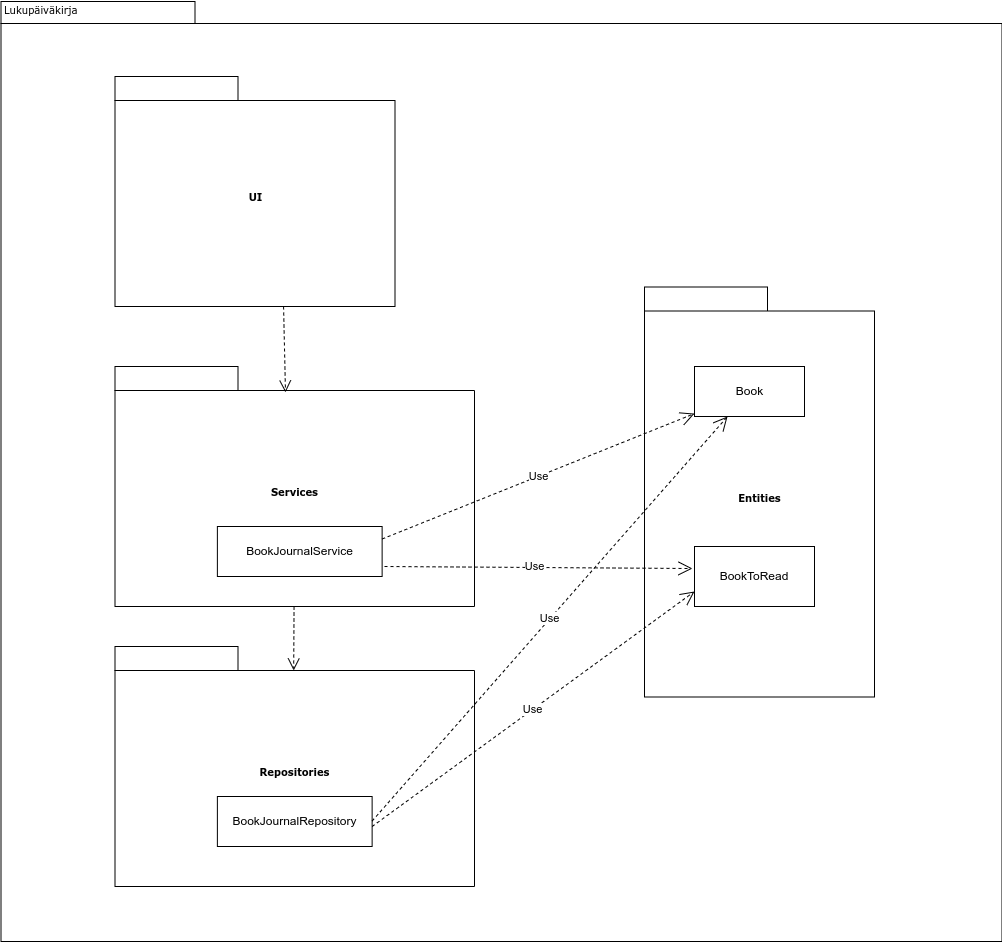
This is dokumentaatio/kuvat/arkkitehtuurikaavio.png from tovento/ot-harjoitustyo, a draw.io export, as it was before one commit. Source tidied: cells renumbered, new cells last; positions are measured from the earlier drawing's top-left corner, leaving out a move shared by most shapes.
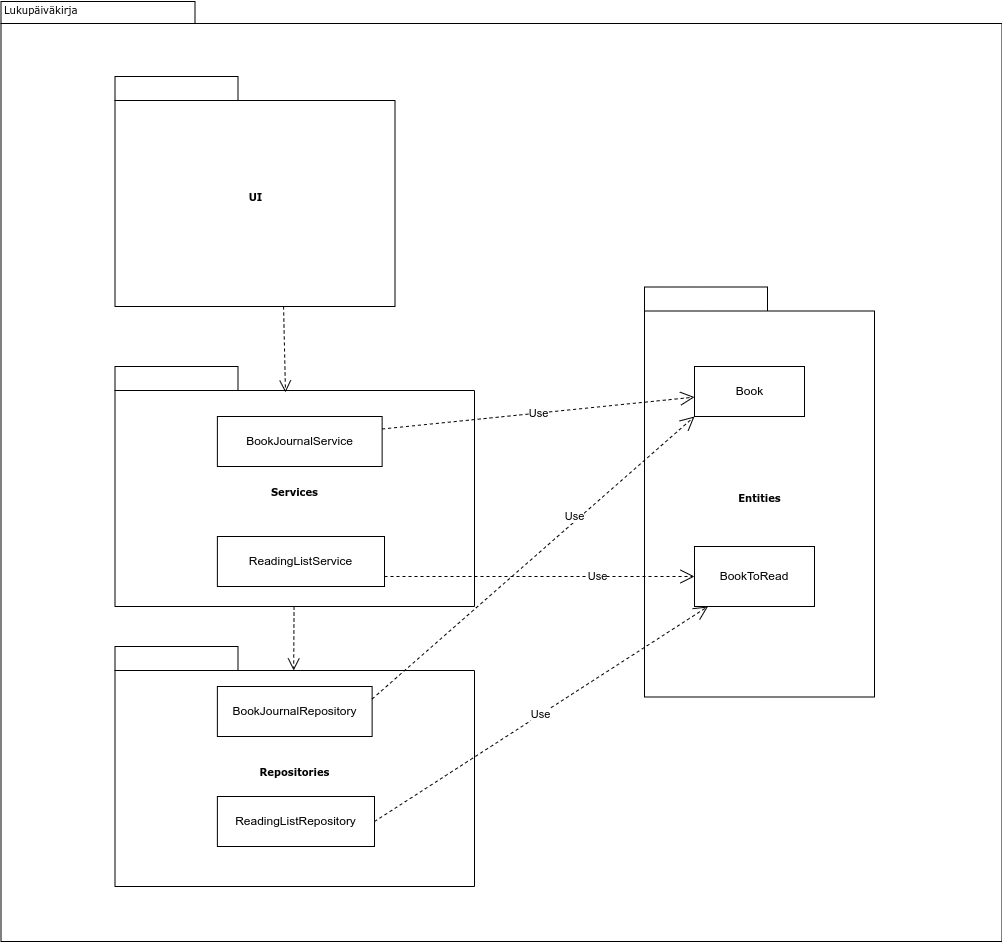
The same file after the commit.

Diff of the diagram source:
```diff
@@ -47,28 +47,34 @@
       <mxGeometry x="114.5" y="76" width="280" height="230" as="geometry" />
     </mxCell>
     <mxCell id="16" value="BookJournalService" style="html=1;" parent="1" vertex="1">
-      <mxGeometry x="216.9" y="526" width="164.8" height="50" as="geometry" />
+      <mxGeometry x="216.9" y="416" width="164.8" height="50" as="geometry" />
     </mxCell>
     <mxCell id="17" value="BookJournalRepository" style="html=1;" parent="1" vertex="1">
-      <mxGeometry x="216.9" y="796" width="154.8" height="50" as="geometry" />
+      <mxGeometry x="216.9" y="686" width="154.8" height="50" as="geometry" />
     </mxCell>
+    <mxCell id="19" value="Use" style="endArrow=open;endSize=12;dashed=1;html=1;rounded=0;exitX=1;exitY=0.25;exitDx=0;exitDy=0;" parent="1" edge="1" source="16" target="8">
+      <mxGeometry relative="1" as="geometry" />
+    </mxCell>
+    <mxCell id="22" value="Use" style="endArrow=open;endSize=12;dashed=1;html=1;rounded=0;exitX=1;exitY=0.25;exitDx=0;exitDy=0;entryX=0;entryY=1;entryDx=0;entryDy=0;" parent="1" edge="1" source="17" target="8">
+      <mxGeometry x="0.27" y="4" relative="1" as="geometry" />
+    </mxCell>
+    <mxCell id="23" value="ReadingListService" style="html=1;" parent="1" vertex="1">
+      <mxGeometry x="216.9" y="536" width="167.1" height="50" as="geometry" />
+    </mxCell>
+    <mxCell id="24" value="ReadingListRepository" style="html=1;" parent="1" vertex="1">
+      <mxGeometry x="216.9" y="796" width="157.1" height="50" as="geometry" />
+    </mxCell>
+    <mxCell id="25" value="Use" style="endArrow=open;endSize=12;dashed=1;html=1;rounded=0;exitX=1;exitY=0.5;exitDx=0;exitDy=0;" parent="1" edge="1" source="24" target="9">
+      <mxGeometry relative="1" as="geometry" />
+    </mxCell>
-    <mxCell id="18" value="Use" style="endArrow=open;endSize=12;dashed=1;html=1;rounded=0;" parent="1" edge="1" target="8">
-      <mxGeometry relative="1" as="geometry">
-        <mxPoint x="371.6" y="820.5" as="sourcePoint" />
+    <mxCell id="18" value="Use" style="endArrow=open;endSize=12;dashed=1;html=1;rounded=0;" parent="1" edge="1">
+      <mxGeometry x="0.38" relative="1" as="geometry">
+        <mxPoint x="384" y="576" as="sourcePoint" />
+        <mxPoint x="694" y="576" as="targetPoint" />
+        <Array as="points">
+          <mxPoint x="624" y="576" />
+        </Array>
       </mxGeometry>
     </mxCell>
-    <mxCell id="19" value="Use" style="endArrow=open;endSize=12;dashed=1;html=1;rounded=0;exitX=1;exitY=0.25;exitDx=0;exitDy=0;" parent="1" edge="1" source="16" target="8">
-      <mxGeometry relative="1" as="geometry" />
-    </mxCell>
-    <mxCell id="20" value="Use" style="endArrow=open;endSize=12;dashed=1;html=1;rounded=0;entryX=0;entryY=0.75;entryDx=0;entryDy=0;" parent="1" edge="1" target="9">
-      <mxGeometry relative="1" as="geometry">
-        <mxPoint x="371.6" y="826" as="sourcePoint" />
-      </mxGeometry>
-    </mxCell>
-    <mxCell id="21" value="Use" style="endArrow=open;endSize=12;dashed=1;html=1;rounded=0;entryX=-0.017;entryY=0.367;entryDx=0;entryDy=0;entryPerimeter=0;" parent="1" edge="1" target="9">
-      <mxGeometry x="-0.03" y="1" relative="1" as="geometry">
-        <mxPoint x="384" y="566" as="sourcePoint" />
-      </mxGeometry>
-    </mxCell>
   </root>
 </mxGraphModel>
```
